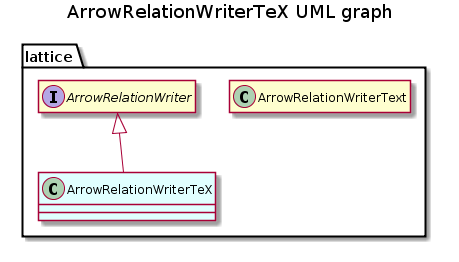
This is api/lattice/ArrowRelationWriterTeX.png from EstrellaRL/java-lattices, a PlantUML export, as it was before one commit.
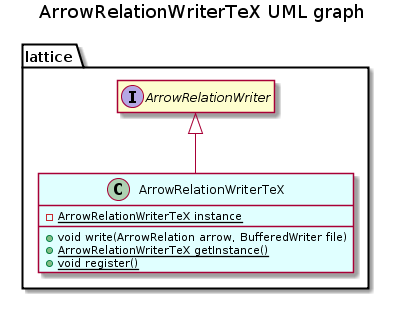
Above is the later version.

Diff of the diagram source:
```diff
@@ -1,6 +1,6 @@
 @startuml ArrowRelationWriterTeX.png
 package lattice {
-    class ArrowRelationWriterText {
+    class ArrowRelationWriterTeX {
     	-{static}ArrowRelationWriterTeX instance
         +void write(ArrowRelation arrow, BufferedWriter file)
         +{static}ArrowRelationWriterTeX getInstance()
```
